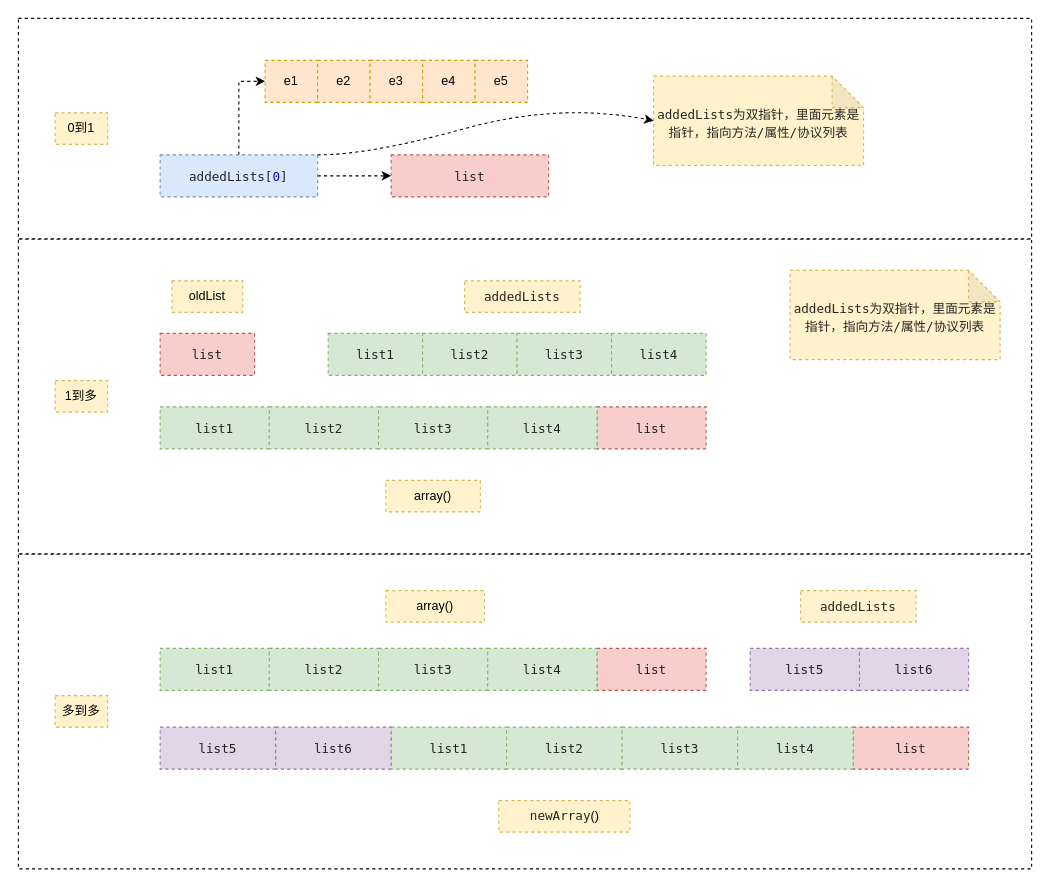
Above: attachLists流程图.drawio in star-j/Flowchart (draw.io), before the change. Source tidied: cells renumbered, new cells numbered last; positions are measured from the earlier drawing's top-left corner, leaving out a move shared by most shapes. Both pictures are drawn from the tidied source at 105%, with x=0, y=0 at pixel (18, 18).
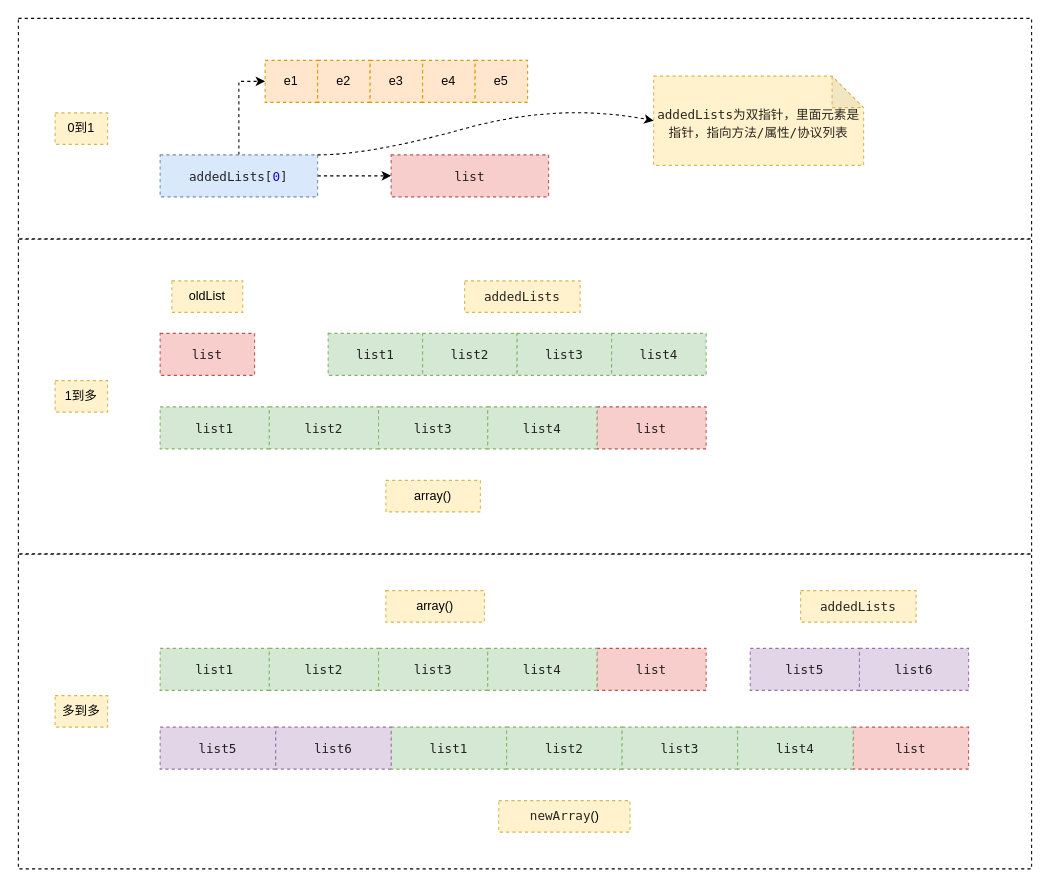
The same page after the edit.

What changed in the source:
```diff
@@
-    <mxCell id="50" value="&lt;p style=&quot;margin: 0px ; font-stretch: normal ; line-height: normal ; font-family: &amp;#34;menlo&amp;#34; ; color: rgba(0 , 0 , 0 , 0.85)&quot;&gt;addedLists为双指针，里面元素是指针，指向方法/属性/协议列表&lt;/p&gt;" style="shape=note;whiteSpace=wrap;html=1;backgroundOutline=1;darkOpacity=0.05;dashed=1;labelBackgroundColor=none;fillColor=#fff2cc;strokeColor=#d6b656;" parent="1" vertex="1">
-      <mxGeometry x="735" y="240" width="200" height="85" as="geometry" />
-    </mxCell>
```
